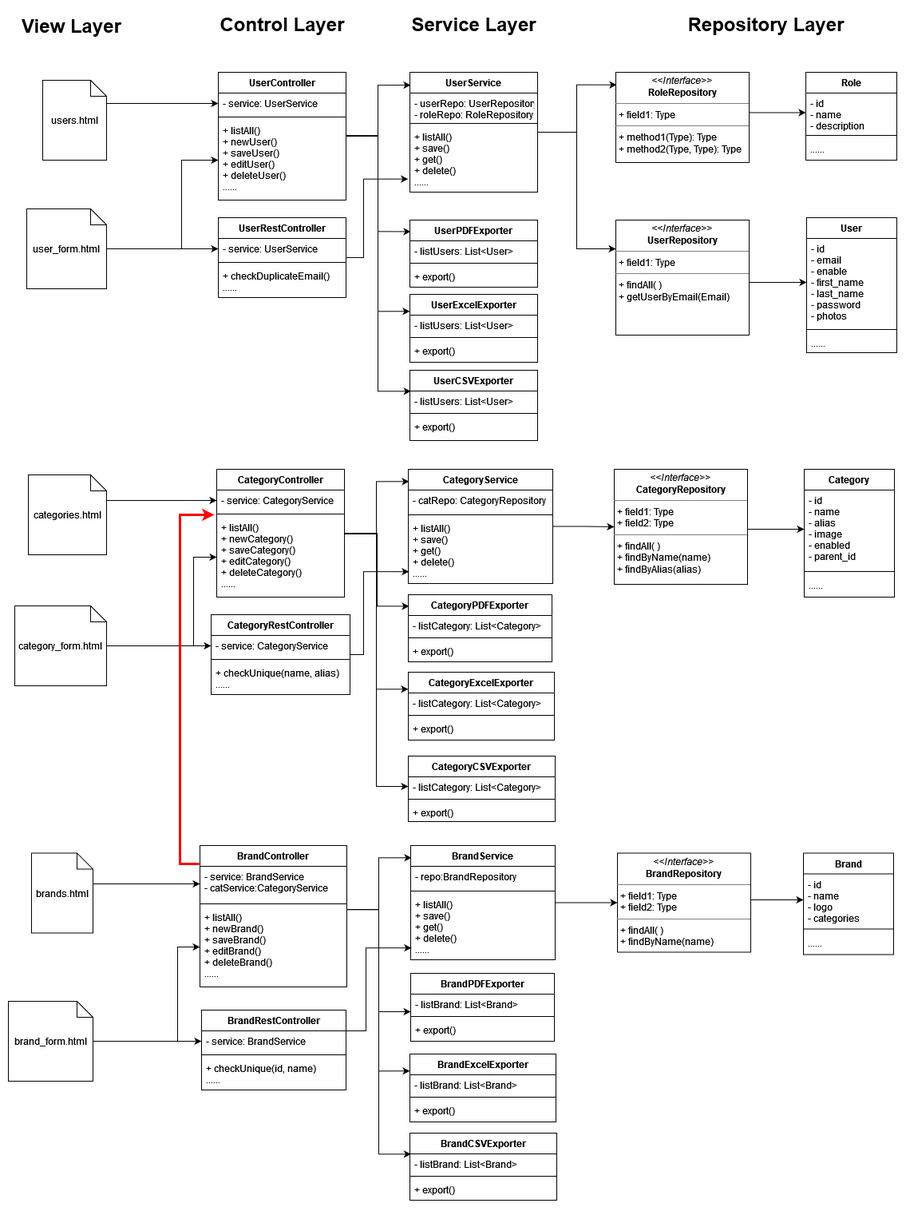
This is 03-Solution Design/02-Use Case, Classes, Database/04-Backend Brand Module/Class -Admin-Brands Module-01.png from Chufeng-Jiang/Java_SpringBoot_DubaiShop_E-Commerce, a draw.io export, as it was before one commit. Source tidied: cells renumbered, new cells last; positions are measured from the earlier drawing's top-left corner, leaving out a move shared by most shapes.
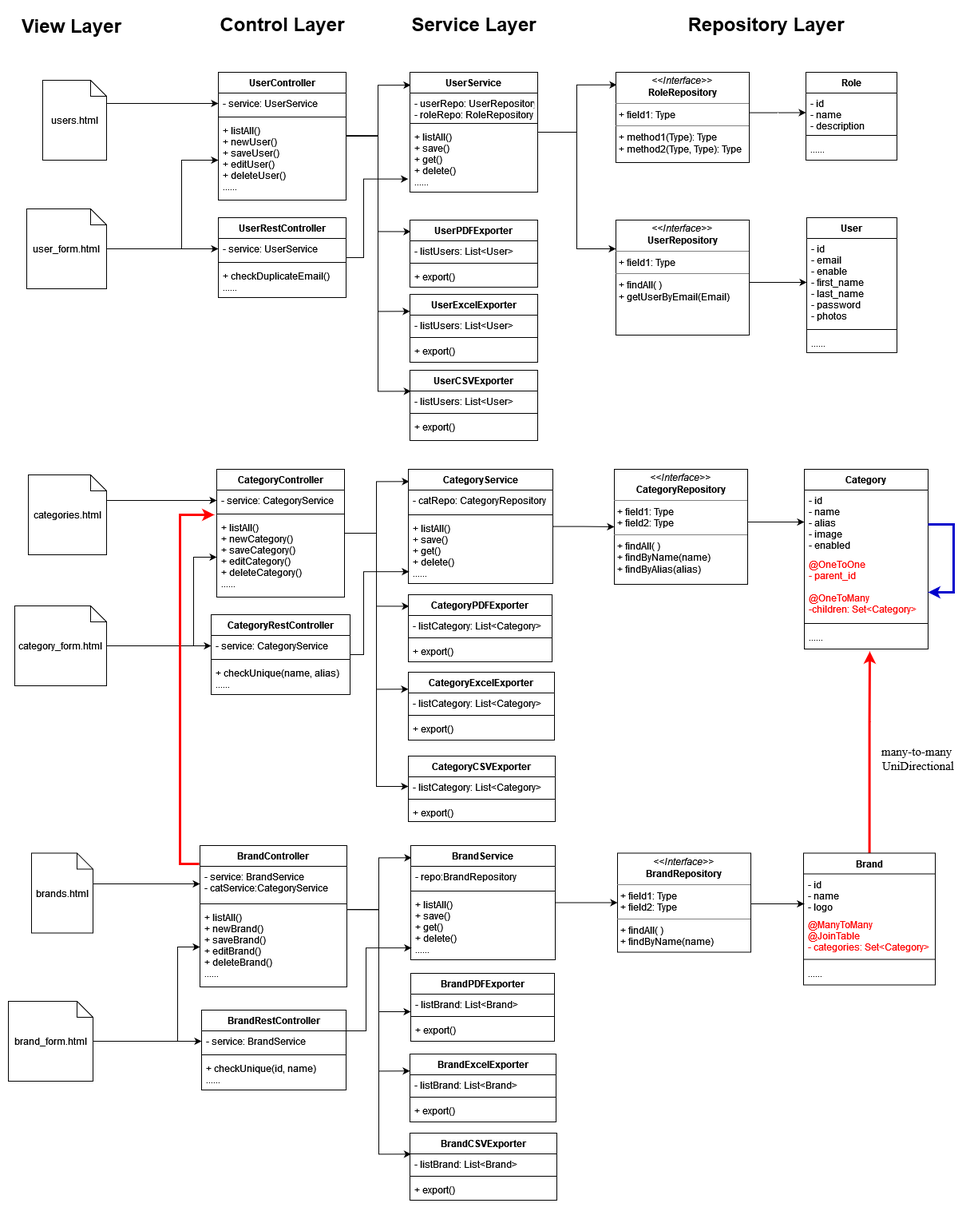
The same file after the commit.

Commit message:
Update Class Diagram-Brand Module

What changed in the source:
```diff
@@ -218,8 +218,8 @@
     <mxCell id="60" style="edgeStyle=orthogonalEdgeStyle;rounded=0;jettySize=auto;html=1;entryX=0.006;entryY=0.172;entryDx=0;entryDy=0;entryPerimeter=0;" parent="1" edge="1" source="62" target="76">
       <mxGeometry relative="1" as="geometry">
         <Array as="points">
-          <mxPoint x="462" y="657" />
-          <mxPoint x="462" y="748" />
+          <mxPoint x="461" y="657" />
+          <mxPoint x="461" y="748" />
         </Array>
       </mxGeometry>
     </mxCell>
@@ -309,11 +309,11 @@
     <mxCell id="87" value="+ export()&#10;" style="text;strokeColor=none;fillColor=none;align=left;verticalAlign=top;spacingLeft=4;spacingRight=4;overflow=hidden;" parent="84" vertex="1">
       <mxGeometry y="58" width="184" height="24" as="geometry" />
     </mxCell>
-    <mxCell id="88" style="edgeStyle=orthogonalEdgeStyle;rounded=0;jettySize=auto;html=1;entryX=0;entryY=0.5;entryDx=0;entryDy=0;" parent="1" edge="1" source="89" target="91">
+    <mxCell id="88" style="edgeStyle=orthogonalEdgeStyle;rounded=0;jettySize=auto;html=1;entryX=0;entryY=0.5;entryDx=0;entryDy=0;fontSize=11;fontColor=#000000;strokeColor=#000000;strokeWidth=1;" parent="1" edge="1" source="89" target="91">
       <mxGeometry relative="1" as="geometry">
         <Array as="points">
-          <mxPoint x="939" y="652" />
-          <mxPoint x="939" y="652" />
+          <mxPoint x="967" y="643" />
+          <mxPoint x="967" y="643" />
         </Array>
       </mxGeometry>
     </mxCell>
@@ -321,16 +321,19 @@
       <mxGeometry x="759" y="577" width="167" height="144" as="geometry" />
     </mxCell>
     <mxCell id="90" value="Category" style="swimlane;fontStyle=1;align=center;verticalAlign=top;horizontal=1;startSize=26;" parent="1" vertex="1">
-      <mxGeometry x="997" y="577" width="113" height="160" as="geometry" />
+      <mxGeometry x="997" y="577" width="155" height="225" as="geometry" />
     </mxCell>
-    <mxCell id="91" value="- id&#10;- name&#10;- alias&#10;- image&#10;- enabled&#10;- parent_id&#10;&#10;" style="text;strokeColor=none;fillColor=none;align=left;verticalAlign=top;spacingLeft=4;spacingRight=4;overflow=hidden;points=[[0,0.5],[1,0.5]];portConstraint=eastwest;" parent="90" vertex="1">
-      <mxGeometry y="26" width="113" height="98" as="geometry" />
+    <mxCell id="91" value="- id&#10;- name&#10;- alias&#10;- image&#10;- enabled&#10; &#10;&#10;" style="text;strokeColor=none;fillColor=none;align=left;verticalAlign=top;spacingLeft=4;spacingRight=4;overflow=hidden;points=[[0,0.5],[1,0.5]];portConstraint=eastwest;fontColor=#000000;" parent="90" vertex="1">
+      <mxGeometry y="26" width="155" height="80" as="geometry" />
     </mxCell>
+    <mxCell id="137" value="@OneToOne&#10;- parent_id&#10;&#10;@OneToMany&#10;-children: Set&lt;Category&gt;&#10;&#10;&#10;" style="text;strokeColor=none;fillColor=none;align=left;verticalAlign=top;spacingLeft=4;spacingRight=4;overflow=hidden;fontColor=#FF0000;" parent="90" vertex="1">
+      <mxGeometry y="106" width="155" height="83" as="geometry" />
+    </mxCell>
     <mxCell id="92" style="line;strokeWidth=1;fillColor=none;align=left;verticalAlign=middle;spacingTop=-1;spacingLeft=3;spacingRight=3;labelPosition=right;" parent="90" vertex="1">
-      <mxGeometry y="124" width="113" height="8" as="geometry" />
+      <mxGeometry y="189" width="155" height="8" as="geometry" />
     </mxCell>
     <mxCell id="93" value="......&#10;" style="text;strokeColor=none;fillColor=none;align=left;verticalAlign=top;spacingLeft=4;spacingRight=4;overflow=hidden;points=[[0,0.5],[1,0.5]];portConstraint=eastwest;" parent="90" vertex="1">
-      <mxGeometry y="132" width="113" height="28" as="geometry" />
+      <mxGeometry y="197" width="155" height="28" as="geometry" />
     </mxCell>
     <mxCell id="94" style="edgeStyle=orthogonalEdgeStyle;rounded=0;jettySize=auto;html=1;" parent="1" edge="1" source="95" target="105">
       <mxGeometry relative="1" as="geometry">
@@ -483,36 +486,59 @@
     <mxCell id="129" value="+ export()&#10;" style="text;strokeColor=none;fillColor=none;align=left;verticalAlign=top;spacingLeft=4;spacingRight=4;overflow=hidden;" parent="126" vertex="1">
       <mxGeometry y="58" width="184" height="26" as="geometry" />
     </mxCell>
-    <mxCell id="130" style="edgeStyle=orthogonalEdgeStyle;rounded=0;jettySize=auto;html=1;entryX=0;entryY=0.5;entryDx=0;entryDy=0;strokeColor=#000000;" parent="1" edge="1" source="131" target="133">
+    <mxCell id="130" style="edgeStyle=orthogonalEdgeStyle;rounded=0;jettySize=auto;html=1;strokeColor=#000000;entryX=0.005;entryY=0.75;entryDx=0;entryDy=0;entryPerimeter=0;" parent="1" edge="1" source="131" target="133">
       <mxGeometry relative="1" as="geometry">
         <Array as="points">
-          <mxPoint x="944" y="1116" />
-          <mxPoint x="944" y="1116" />
+          <mxPoint x="961" y="1121" />
+          <mxPoint x="961" y="1121" />
         </Array>
       </mxGeometry>
     </mxCell>
     <mxCell id="131" value="&lt;p style=&quot;margin:0px;margin-top:4px;text-align:center;&quot;&gt;&lt;i&gt;&amp;lt;&amp;lt;Interface&amp;gt;&amp;gt;&lt;/i&gt;&lt;br&gt;&lt;b&gt;BrandRepository&lt;/b&gt;&lt;/p&gt;&lt;hr size=&quot;1&quot;&gt;&lt;p style=&quot;margin:0px;margin-left:4px;&quot;&gt;+ field1: Type&lt;br&gt;+ field2: Type&lt;/p&gt;&lt;hr size=&quot;1&quot;&gt;&lt;p style=&quot;margin:0px;margin-left:4px;&quot;&gt;+ findAll( )&lt;br&gt;+ findByName(name)&lt;/p&gt;" style="verticalAlign=top;align=left;overflow=fill;fontSize=12;fontFamily=Helvetica;html=1;" parent="1" vertex="1">
       <mxGeometry x="763" y="1057.5" width="167" height="124" as="geometry" />
     </mxCell>
+    <mxCell id="138" style="edgeStyle=orthogonalEdgeStyle;rounded=0;jettySize=auto;html=1;fontSize=11;fontColor=#FF0000;strokeColor=#FF0000;strokeWidth=3;entryX=0.529;entryY=1.107;entryDx=0;entryDy=0;entryPerimeter=0;" parent="1" edge="1" source="132" target="93">
+      <mxGeometry relative="1" as="geometry">
+        <Array as="points">
+          <mxPoint x="1079" y="893" />
+          <mxPoint x="1079" y="893" />
+        </Array>
+      </mxGeometry>
+    </mxCell>
     <mxCell id="132" value="Brand" style="swimlane;fontStyle=1;align=center;verticalAlign=top;horizontal=1;startSize=26;" parent="1" vertex="1">
-      <mxGeometry x="996" y="1057.5" width="113" height="127" as="geometry" />
+      <mxGeometry x="996" y="1057.5" width="165" height="165" as="geometry" />
     </mxCell>
-    <mxCell id="133" value="- id&#10;- name&#10;- logo&#10;- categories&#10;&#10;" style="text;strokeColor=none;fillColor=none;align=left;verticalAlign=top;spacingLeft=4;spacingRight=4;overflow=hidden;points=[[0,0.5],[1,0.5]];portConstraint=eastwest;" parent="132" vertex="1">
-      <mxGeometry y="26" width="113" height="65" as="geometry" />
+    <mxCell id="133" value="- id&#10;- name&#10;- logo&#10;&#10;" style="text;strokeColor=none;fillColor=none;align=left;verticalAlign=top;spacingLeft=4;spacingRight=4;overflow=hidden;points=[[0,0.5],[1,0.5]];portConstraint=eastwest;" parent="132" vertex="1">
+      <mxGeometry y="26" width="165" height="50" as="geometry" />
     </mxCell>
+    <mxCell id="139" value="@ManyToMany&#10;@JoinTable&#10;- categories: Set&lt;Category&gt;&#10;&#10;" style="text;strokeColor=none;fillColor=none;align=left;verticalAlign=top;spacingLeft=4;spacingRight=4;overflow=hidden;fontColor=#FF0000;" parent="132" vertex="1">
+      <mxGeometry y="76" width="165" height="53" as="geometry" />
+    </mxCell>
     <mxCell id="134" style="line;strokeWidth=1;fillColor=none;align=left;verticalAlign=middle;spacingTop=-1;spacingLeft=3;spacingRight=3;labelPosition=right;" parent="132" vertex="1">
-      <mxGeometry y="91" width="113" height="8" as="geometry" />
+      <mxGeometry y="129" width="165" height="8" as="geometry" />
     </mxCell>
     <mxCell id="135" value="......&#10;" style="text;strokeColor=none;fillColor=none;align=left;verticalAlign=top;spacingLeft=4;spacingRight=4;overflow=hidden;" parent="132" vertex="1">
-      <mxGeometry y="99" width="113" height="28" as="geometry" />
+      <mxGeometry y="137" width="165" height="28" as="geometry" />
     </mxCell>
     <mxCell id="136" style="edgeStyle=orthogonalEdgeStyle;rounded=0;jettySize=auto;html=1;entryX=0;entryY=0.5;entryDx=0;entryDy=0;strokeColor=#000000;" parent="1" edge="1" source="65" target="85">
       <mxGeometry relative="1" as="geometry">
         <Array as="points">
-          <mxPoint x="461" y="658" />
+          <mxPoint x="461" y="657" />
           <mxPoint x="461" y="974" />
         </Array>
       </mxGeometry>
     </mxCell>
+    <mxCell id="140" style="edgeStyle=orthogonalEdgeStyle;rounded=0;jettySize=auto;html=1;fontSize=11;fontColor=#000000;strokeColor=#0000CC;strokeWidth=3;" parent="1" edge="1" source="90">
+      <mxGeometry relative="1" as="geometry">
+        <mxPoint x="1152" y="731" as="targetPoint" />
+        <Array as="points">
+          <mxPoint x="1184" y="646" />
+          <mxPoint x="1184" y="731" />
+        </Array>
+      </mxGeometry>
+    </mxCell>
+    <mxCell id="141" value="&lt;h2 style=&quot;font-size: 15px;&quot;&gt;&lt;font style=&quot;font-size: 15px;&quot; face=&quot;Times New Roman&quot;&gt;&lt;span style=&quot;font-weight: normal;&quot;&gt;many-to-many&amp;nbsp; UniDirectional&lt;/span&gt;&lt;/font&gt;&lt;/h2&gt;" style="text;html=1;strokeColor=none;fillColor=none;align=center;verticalAlign=middle;whiteSpace=wrap;rounded=0;fontSize=11;fontColor=#000000;fontStyle=1;" parent="1" vertex="1">
+      <mxGeometry x="1081" y="924" width="118" height="30" as="geometry" />
+    </mxCell>
   </root>
 </mxGraphModel>
```
